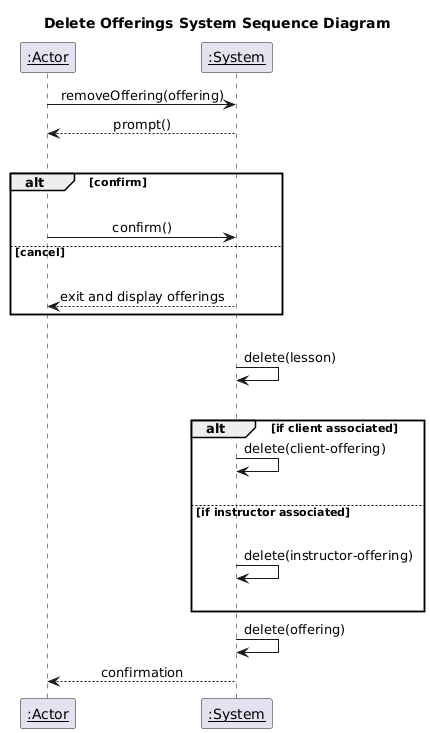
This is deliverables/assets/delete_offering_system_sequence_diagram.png from PrinceOfNothingg/Lesson-Booking-Management-System, a PlantUML export, as it was before one commit. The source it was exported from:
```plantuml
@startuml
participant "__:Actor__" as actor
participant "__:System__" as system

title Delete Offerings System Sequence Diagram

skinparam sequenceMessageAlign center

actor -> system : removeOffering(offering)
system --> actor : prompt()
|||
alt confirm
|||
actor -> system : confirm()
else cancel
|||
system --> actor : exit and display offerings
end

|||
system -> system : delete(lesson)
|||

alt if client associated
  system -> system : delete(client-offering)
|||
else if instructor associated
|||
  system -> system : delete(instructor-offering)
|||
end

system -> system : delete(offering)
system --> actor : confirmation
@enduml
```
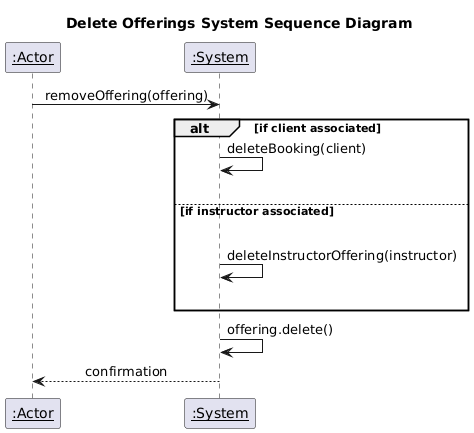
After the change.

Diff of the diagram source:
```diff
@@ -7,29 +7,16 @@
 skinparam sequenceMessageAlign center
 
 actor -> system : removeOffering(offering)
-system --> actor : prompt()
-|||
-alt confirm
-|||
-actor -> system : confirm()
-else cancel
-|||
-system --> actor : exit and display offerings
-end
-
-|||
-system -> system : delete(lesson)
-|||
 
 alt if client associated
-  system -> system : delete(client-offering)
+  system -> system : deleteBooking(client)
 |||
 else if instructor associated
 |||
-  system -> system : delete(instructor-offering)
+  system -> system : deleteInstructorOffering(instructor)
 |||
 end
 
-system -> system : delete(offering)
+system -> system : offering.delete()
 system --> actor : confirmation
 @enduml
```
